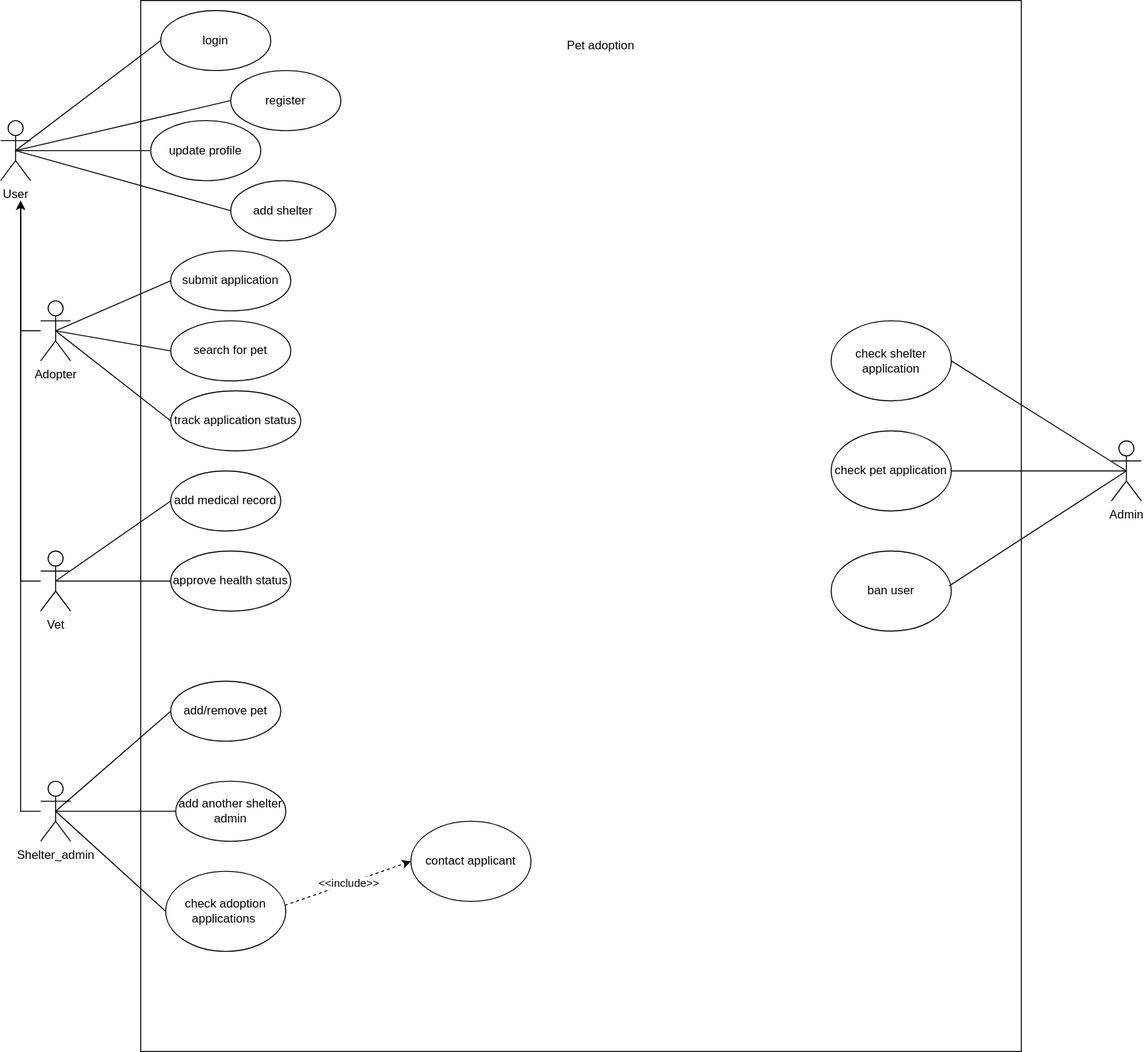
Before: UseCaseDiagram.svg, a diagram exported from draw.io (Thomaskald/DistributedSystems). Source tidied: cells renumbered, new cells last; positions are measured from the earlier drawing's top-left corner, leaving out a move shared by most shapes.
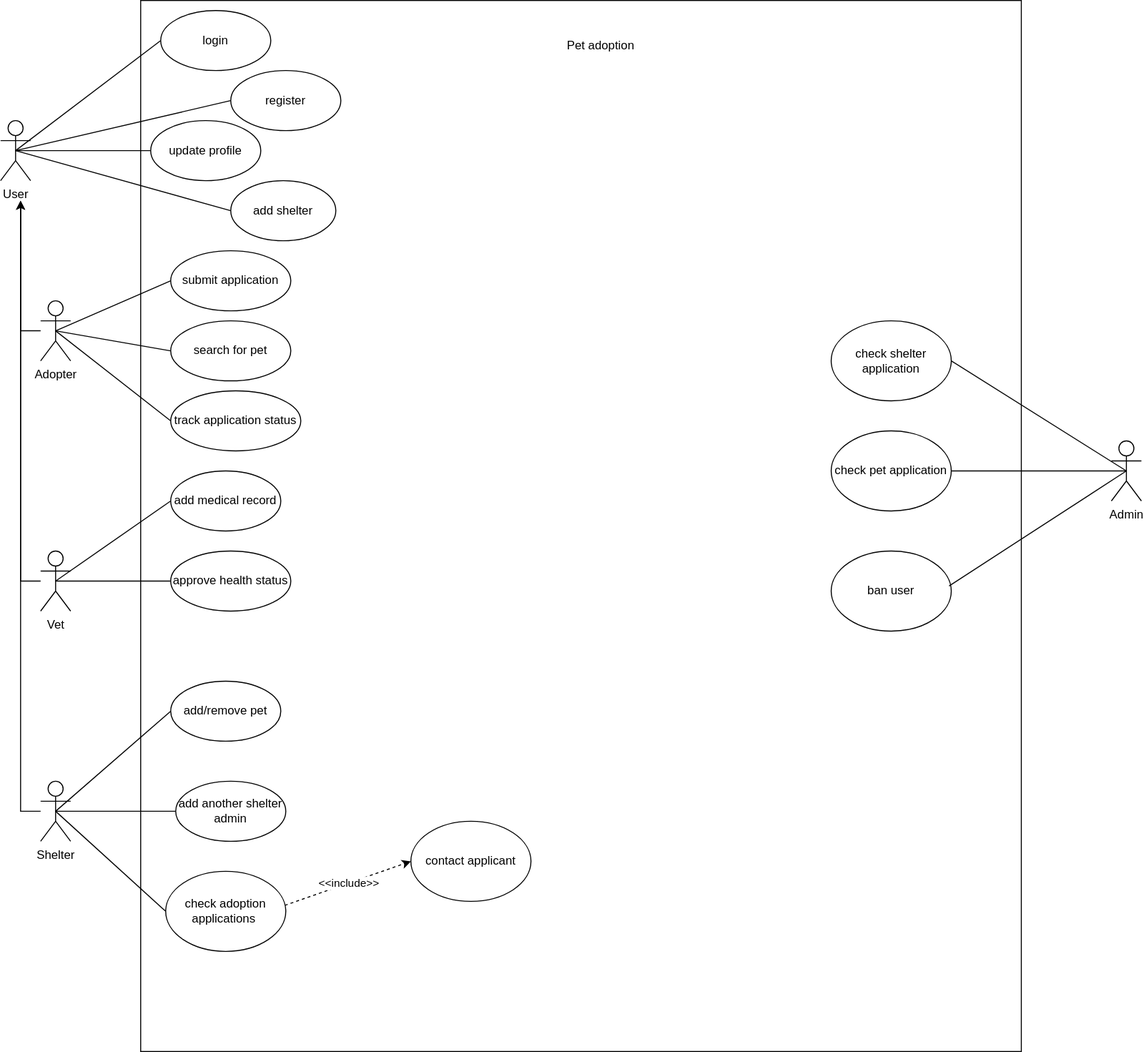
After the change.

Diff of the diagram source:
```diff
@@ -32,7 +32,7 @@
         <mxPoint x="20" y="200" as="targetPoint" />
       </mxGeometry>
     </mxCell>
-    <mxCell id="10" value="Shelter_admin" style="shape=umlActor;verticalLabelPosition=bottom;verticalAlign=top;html=1;outlineConnect=0;" parent="1" vertex="1">
+    <mxCell id="10" value="Shelter" style="shape=umlActor;verticalLabelPosition=bottom;verticalAlign=top;html=1;outlineConnect=0;" parent="1" vertex="1">
       <mxGeometry x="40" y="780" width="30" height="60" as="geometry" />
     </mxCell>
     <mxCell id="11" value="login" style="ellipse;whiteSpace=wrap;html=1;" parent="1" vertex="1">
```
